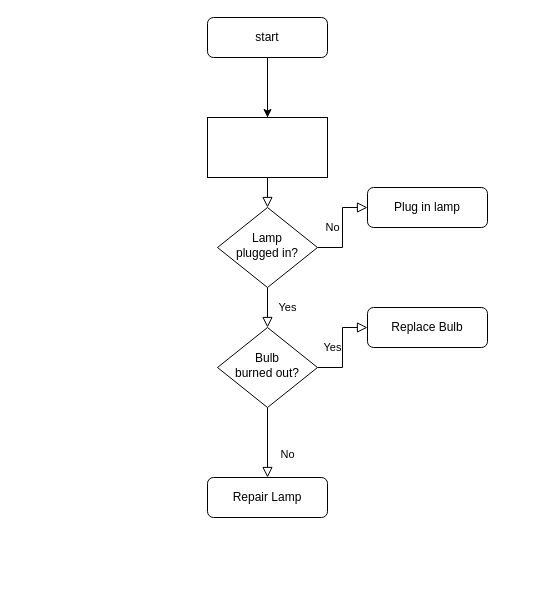
The draw.io diagram hangman.drawio in SenpaiZack/python, before the edit. Source tidied: cells renumbered, new cells numbered last; positions are measured from the earlier drawing's top-left corner, leaving out a move shared by most shapes. Both pictures are drawn from the tidied source at 100%, with x=0, y=0 at pixel (207, 17).
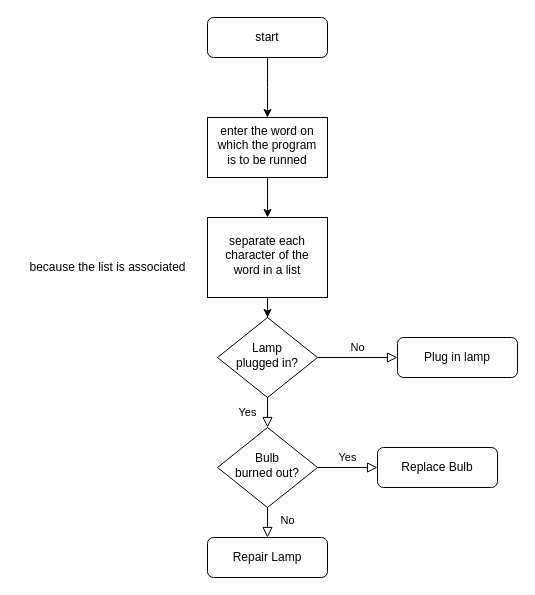
The same page after the edit.

Change to the diagram source:
```diff
@@
 <mxGraphModel>
   <root>
     <mxCell id="0" />
     <mxCell id="1" parent="0" />
-    <mxCell id="2" style="rounded=0;html=1;jettySize=auto;fontSize=11;endArrow=block;endFill=0;endSize=8;strokeWidth=1;shadow=0;labelBackgroundColor=none;edgeStyle=orthogonalEdgeStyle;" parent="1" edge="1" source="4" target="7">
-      <mxGeometry relative="1" as="geometry" />
-    </mxCell>
     <mxCell id="3" style="edgeStyle=orthogonalEdgeStyle;rounded=0;jettySize=auto;html=1;exitX=0.5;exitY=1;exitDx=0;exitDy=0;" parent="1" edge="1" source="4">
       <mxGeometry relative="1" as="geometry">
         <mxPoint x="60" y="100" as="targetPoint" />
       </mxGeometry>
     </mxCell>
     <mxCell id="4" value="start" style="rounded=1;whiteSpace=wrap;html=1;fontSize=12;glass=0;strokeWidth=1;shadow=0;" parent="1" vertex="1">
       <mxGeometry width="120" height="40" as="geometry" />
     </mxCell>
     <mxCell id="5" value="Yes" style="rounded=0;html=1;jettySize=auto;fontSize=11;endArrow=block;endFill=0;endSize=8;strokeWidth=1;shadow=0;labelBackgroundColor=none;edgeStyle=orthogonalEdgeStyle;" parent="1" edge="1" source="7" target="11">
       <mxGeometry y="20" relative="1" as="geometry" />
     </mxCell>
     <mxCell id="6" value="No" style="edgeStyle=orthogonalEdgeStyle;rounded=0;html=1;jettySize=auto;fontSize=11;endArrow=block;endFill=0;endSize=8;strokeWidth=1;shadow=0;labelBackgroundColor=none;" parent="1" edge="1" source="7" target="8">
       <mxGeometry y="10" relative="1" as="geometry" />
     </mxCell>
     <mxCell id="7" value="Lamp&lt;br&gt;plugged in?" style="rhombus;whiteSpace=wrap;html=1;shadow=0;fontFamily=Helvetica;fontSize=12;align=center;strokeWidth=1;spacing=6;spacingTop=-4;" parent="1" vertex="1">
-      <mxGeometry x="10" y="190" width="100" height="80" as="geometry" />
+      <mxGeometry x="10" y="300" width="100" height="80" as="geometry" />
     </mxCell>
     <mxCell id="8" value="Plug in lamp" style="rounded=1;whiteSpace=wrap;html=1;fontSize=12;glass=0;strokeWidth=1;shadow=0;" parent="1" vertex="1">
-      <mxGeometry x="160" y="170" width="120" height="40" as="geometry" />
+      <mxGeometry x="190" y="320" width="120" height="40" as="geometry" />
     </mxCell>
     <mxCell id="9" value="No" style="rounded=0;html=1;jettySize=auto;fontSize=11;endArrow=block;endFill=0;endSize=8;strokeWidth=1;shadow=0;labelBackgroundColor=none;edgeStyle=orthogonalEdgeStyle;" parent="1" edge="1" source="11" target="12">
       <mxGeometry x="0.33" y="20" relative="1" as="geometry" />
     </mxCell>
     <mxCell id="10" value="Yes" style="edgeStyle=orthogonalEdgeStyle;rounded=0;html=1;jettySize=auto;fontSize=11;endArrow=block;endFill=0;endSize=8;strokeWidth=1;shadow=0;labelBackgroundColor=none;" parent="1" edge="1" source="11" target="13">
       <mxGeometry y="10" relative="1" as="geometry" />
     </mxCell>
     <mxCell id="11" value="Bulb&lt;br&gt;burned out?" style="rhombus;whiteSpace=wrap;html=1;shadow=0;fontFamily=Helvetica;fontSize=12;align=center;strokeWidth=1;spacing=6;spacingTop=-4;" parent="1" vertex="1">
-      <mxGeometry x="10" y="310" width="100" height="80" as="geometry" />
+      <mxGeometry x="10" y="410" width="100" height="80" as="geometry" />
     </mxCell>
     <mxCell id="12" value="Repair Lamp" style="rounded=1;whiteSpace=wrap;html=1;fontSize=12;glass=0;strokeWidth=1;shadow=0;" parent="1" vertex="1">
-      <mxGeometry y="460" width="120" height="40" as="geometry" />
+      <mxGeometry y="520" width="120" height="40" as="geometry" />
     </mxCell>
     <mxCell id="13" value="Replace Bulb" style="rounded=1;whiteSpace=wrap;html=1;fontSize=12;glass=0;strokeWidth=1;shadow=0;" parent="1" vertex="1">
-      <mxGeometry x="160" y="290" width="120" height="40" as="geometry" />
+      <mxGeometry x="170" y="430" width="120" height="40" as="geometry" />
     </mxCell>
+    <mxCell id="15" style="edgeStyle=orthogonalEdgeStyle;rounded=0;jettySize=auto;html=1;" parent="1" edge="1" source="14" target="17">
+      <mxGeometry relative="1" as="geometry" />
+    </mxCell>
-    <mxCell id="14" style="whiteSpace=wrap;html=1;shadow=0;strokeWidth=1;spacing=6;spacingTop=-4;" parent="1" vertex="1">
+    <mxCell id="14" value="enter the word on which the program is to be runned" style="whiteSpace=wrap;html=1;shadow=0;strokeWidth=1;spacing=6;spacingTop=-4;" parent="1" vertex="1">
       <mxGeometry y="100" width="120" height="60" as="geometry" />
     </mxCell>
+    <mxCell id="16" style="edgeStyle=orthogonalEdgeStyle;rounded=0;jettySize=auto;html=1;entryX=0.5;entryY=0;entryDx=0;entryDy=0;" parent="1" edge="1" source="17" target="7">
+      <mxGeometry relative="1" as="geometry" />
+    </mxCell>
+    <mxCell id="17" value="separate each character of the word in a list" style="whiteSpace=wrap;html=1;shadow=0;strokeWidth=1;spacing=6;spacingTop=-4;" parent="1" vertex="1">
+      <mxGeometry y="200" width="120" height="80" as="geometry" />
+    </mxCell>
+    <mxCell id="18" value="because the list is associated " style="text;html=1;align=center;verticalAlign=middle;strokeColor=none;fillColor=none;" parent="1" vertex="1">
+      <mxGeometry x="-190" y="235" width="180" height="30" as="geometry" />
+    </mxCell>
   </root>
 </mxGraphModel>
```
